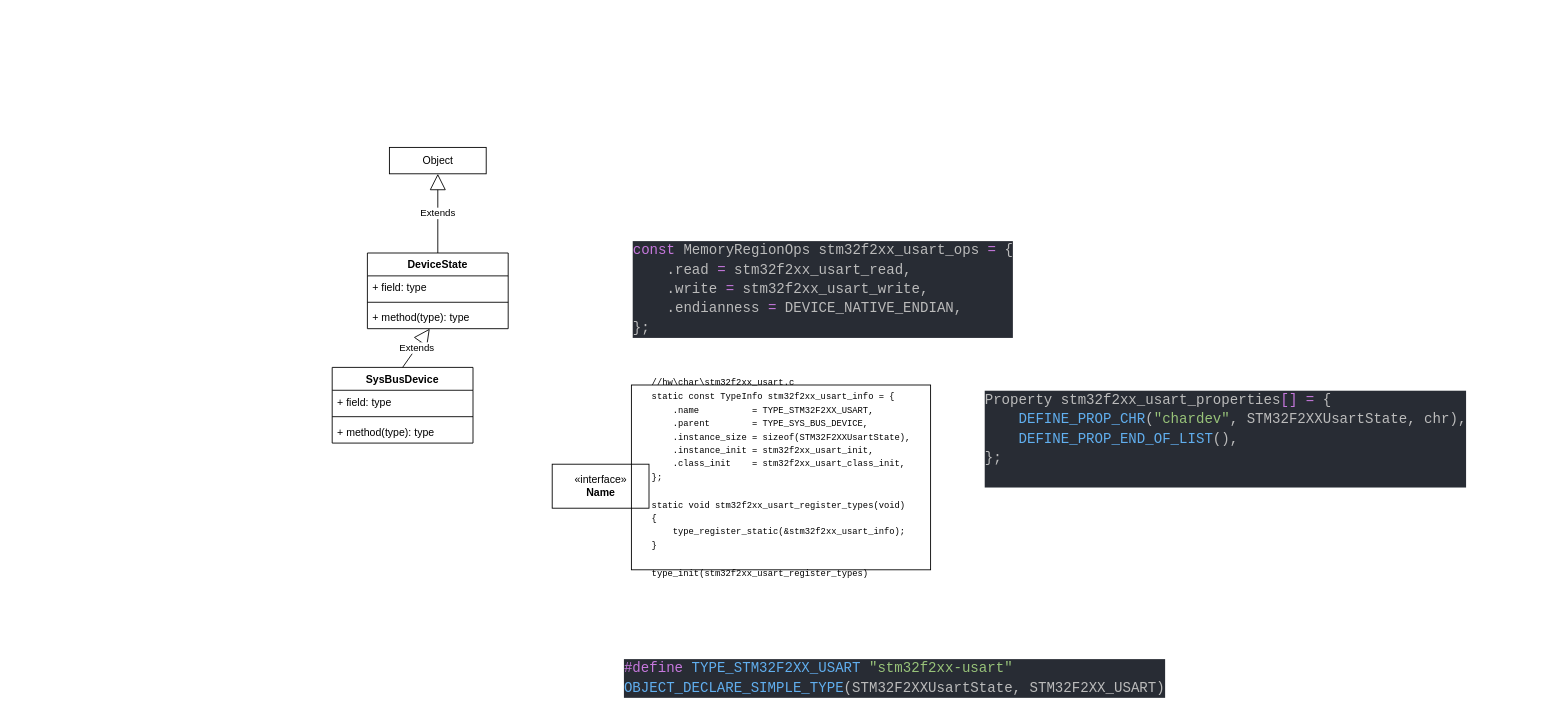
youtubezou/A-thinking-in-linux keeps this draw.io diagram as QOM-DEV-UART.drawio. Above is the earlier version. Source tidied: cells renumbered, new cells numbered last; positions are measured from the earlier drawing's top-left corner, leaving out a move shared by most shapes. Both pictures are drawn from the tidied source at 88%, with x=0, y=0 at pixel (332, 147).
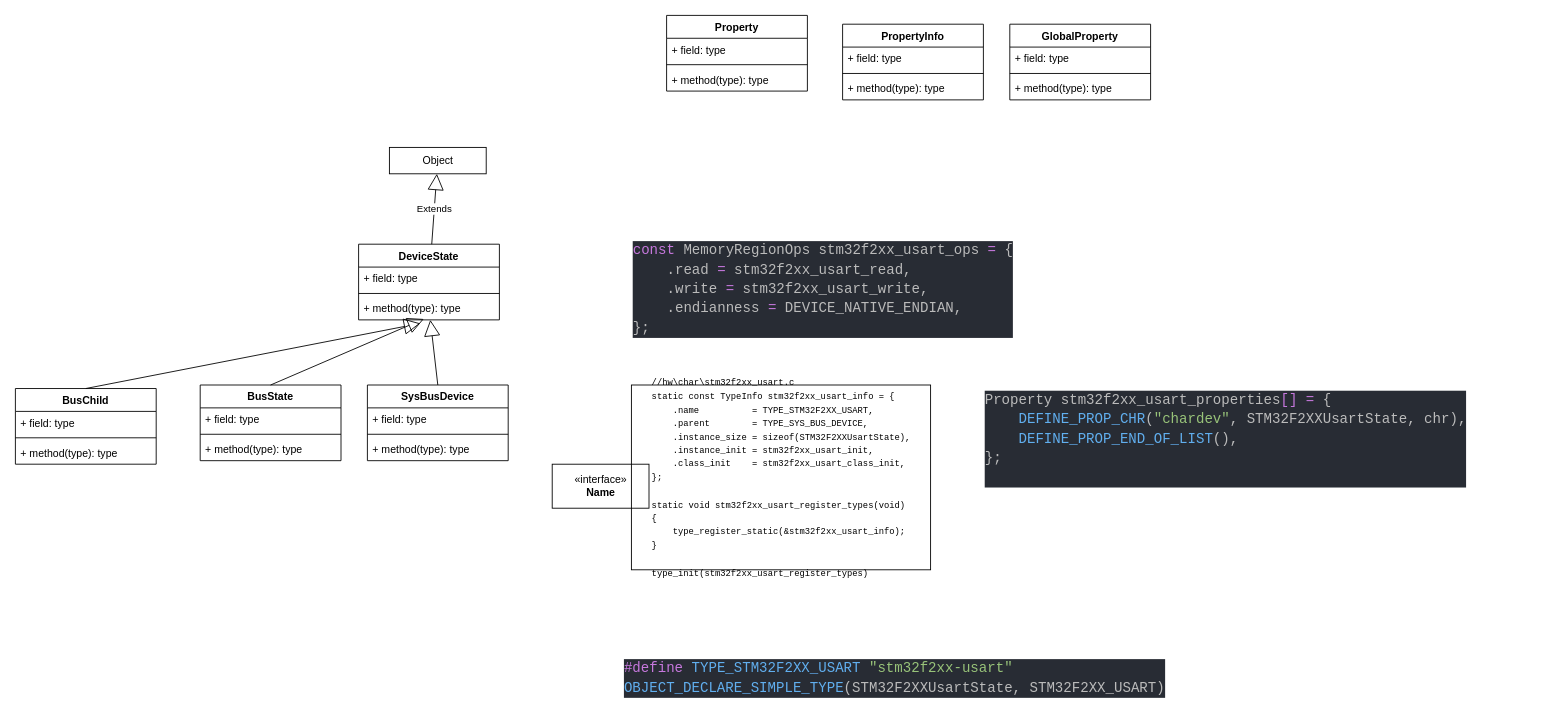
Above is the later version.

Unchanged cells that the change refers to:
```xml
<mxCell id="15" value="+ method(type): type" style="text;strokeColor=none;fillColor=none;align=left;verticalAlign=top;spacingLeft=4;spacingRight=4;overflow=hidden;points=[[0,0.5],[1,0.5]];portConstraint=eastwest;rounded=0;fontColor=#000000;" parent="12" vertex="1">
  <mxGeometry y="60" width="160" height="26" as="geometry" />
</mxCell>
```

What changed in the source:
```diff
@@
     <mxCell id="7" value="SysBusDevice" style="swimlane;fontStyle=1;align=center;verticalAlign=top;horizontal=1;startSize=26;rounded=0;fontColor=#000000;strokeColor=default;fillColor=none;gradientColor=#ffffff;" parent="1" vertex="1">
-      <mxGeometry y="250" width="160" height="86" as="geometry" />
+      <mxGeometry x="40" y="270" width="160" height="86" as="geometry" />
     </mxCell>
@@
     <mxCell id="12" value="DeviceState" style="swimlane;fontStyle=1;align=center;verticalAlign=top;horizontal=1;startSize=26;rounded=0;fontColor=#000000;strokeColor=default;fillColor=none;gradientColor=#ffffff;" parent="1" vertex="1">
-      <mxGeometry x="40" y="120" width="160" height="86" as="geometry" />
+      <mxGeometry x="30" y="110" width="160" height="86" as="geometry" />
     </mxCell>
@@
-    <mxCell id="16" value="Extends" style="endArrow=block;endSize=16;endFill=0;html=1;rounded=0;fontColor=#000000;exitX=0.5;exitY=0;exitDx=0;exitDy=0;" parent="1" edge="1" source="7" target="15">
+    <mxCell id="16" style="endArrow=block;endSize=16;endFill=0;html=1;rounded=0;fontColor=#000000;exitX=0.5;exitY=0;exitDx=0;exitDy=0;" parent="1" edge="1" source="7" target="15">
       <mxGeometry relative="1" as="geometry" />
     </mxCell>
@@
+    <mxCell id="19" value="Property" style="swimlane;fontStyle=1;align=center;verticalAlign=top;horizontal=1;startSize=26;rounded=0;fontColor=#000000;strokeColor=default;fillColor=none;gradientColor=#ffffff;" parent="1" vertex="1">
+      <mxGeometry x="380" y="-150" width="160" height="86" as="geometry" />
+    </mxCell>
+    <mxCell id="20" value="+ field: type" style="text;strokeColor=none;fillColor=none;align=left;verticalAlign=top;spacingLeft=4;spacingRight=4;overflow=hidden;rounded=0;fontColor=#000000;" parent="19" vertex="1">
+      <mxGeometry y="26" width="160" height="26" as="geometry" />
+    </mxCell>
+    <mxCell id="21" style="line;strokeWidth=1;fillColor=none;align=left;verticalAlign=middle;spacingTop=-1;spacingLeft=3;spacingRight=3;labelPosition=right;rounded=0;fontColor=#000000;" parent="19" vertex="1">
+      <mxGeometry y="52" width="160" height="8" as="geometry" />
+    </mxCell>
+    <mxCell id="22" value="+ method(type): type" style="text;strokeColor=none;fillColor=none;align=left;verticalAlign=top;spacingLeft=4;spacingRight=4;overflow=hidden;rounded=0;fontColor=#000000;" parent="19" vertex="1">
+      <mxGeometry y="60" width="160" height="26" as="geometry" />
+    </mxCell>
+    <mxCell id="23" value="PropertyInfo" style="swimlane;fontStyle=1;align=center;verticalAlign=top;horizontal=1;startSize=26;rounded=0;fontColor=#000000;strokeColor=default;fillColor=none;gradientColor=#ffffff;" parent="1" vertex="1">
+      <mxGeometry x="580" y="-140" width="160" height="86" as="geometry" />
+    </mxCell>
+    <mxCell id="24" value="+ field: type" style="text;strokeColor=none;fillColor=none;align=left;verticalAlign=top;spacingLeft=4;spacingRight=4;overflow=hidden;rounded=0;fontColor=#000000;" parent="23" vertex="1">
+      <mxGeometry y="26" width="160" height="26" as="geometry" />
+    </mxCell>
+    <mxCell id="25" style="line;strokeWidth=1;fillColor=none;align=left;verticalAlign=middle;spacingTop=-1;spacingLeft=3;spacingRight=3;labelPosition=right;rounded=0;fontColor=#000000;" parent="23" vertex="1">
+      <mxGeometry y="52" width="160" height="8" as="geometry" />
+    </mxCell>
+    <mxCell id="26" value="+ method(type): type" style="text;strokeColor=none;fillColor=none;align=left;verticalAlign=top;spacingLeft=4;spacingRight=4;overflow=hidden;rounded=0;fontColor=#000000;" parent="23" vertex="1">
+      <mxGeometry y="60" width="160" height="26" as="geometry" />
+    </mxCell>
+    <mxCell id="27" value="GlobalProperty" style="swimlane;fontStyle=1;align=center;verticalAlign=top;horizontal=1;startSize=26;rounded=0;fontColor=#000000;strokeColor=default;fillColor=none;gradientColor=#ffffff;" parent="1" vertex="1">
+      <mxGeometry x="770" y="-140" width="160" height="86" as="geometry" />
+    </mxCell>
+    <mxCell id="28" value="+ field: type" style="text;strokeColor=none;fillColor=none;align=left;verticalAlign=top;spacingLeft=4;spacingRight=4;overflow=hidden;rounded=0;fontColor=#000000;" parent="27" vertex="1">
+      <mxGeometry y="26" width="160" height="26" as="geometry" />
+    </mxCell>
+    <mxCell id="29" style="line;strokeWidth=1;fillColor=none;align=left;verticalAlign=middle;spacingTop=-1;spacingLeft=3;spacingRight=3;labelPosition=right;rounded=0;fontColor=#000000;" parent="27" vertex="1">
+      <mxGeometry y="52" width="160" height="8" as="geometry" />
+    </mxCell>
+    <mxCell id="30" value="+ method(type): type" style="text;strokeColor=none;fillColor=none;align=left;verticalAlign=top;spacingLeft=4;spacingRight=4;overflow=hidden;rounded=0;fontColor=#000000;" parent="27" vertex="1">
+      <mxGeometry y="60" width="160" height="26" as="geometry" />
+    </mxCell>
+    <mxCell id="31" value="BusState" style="swimlane;fontStyle=1;align=center;verticalAlign=top;horizontal=1;startSize=26;rounded=0;fontColor=#000000;strokeColor=default;fillColor=none;gradientColor=#ffffff;" parent="1" vertex="1">
+      <mxGeometry x="-150" y="270" width="160" height="86" as="geometry" />
+    </mxCell>
+    <mxCell id="32" value="+ field: type" style="text;strokeColor=none;fillColor=none;align=left;verticalAlign=top;spacingLeft=4;spacingRight=4;overflow=hidden;rounded=0;fontColor=#000000;" parent="31" vertex="1">
+      <mxGeometry y="26" width="160" height="26" as="geometry" />
+    </mxCell>
+    <mxCell id="33" style="line;strokeWidth=1;fillColor=none;align=left;verticalAlign=middle;spacingTop=-1;spacingLeft=3;spacingRight=3;labelPosition=right;rounded=0;fontColor=#000000;" parent="31" vertex="1">
+      <mxGeometry y="52" width="160" height="8" as="geometry" />
+    </mxCell>
+    <mxCell id="34" value="+ method(type): type" style="text;strokeColor=none;fillColor=none;align=left;verticalAlign=top;spacingLeft=4;spacingRight=4;overflow=hidden;rounded=0;fontColor=#000000;" parent="31" vertex="1">
+      <mxGeometry y="60" width="160" height="26" as="geometry" />
+    </mxCell>
+    <mxCell id="35" style="endArrow=block;endSize=16;endFill=0;html=1;rounded=0;fontColor=#000000;exitX=0.5;exitY=0;exitDx=0;exitDy=0;entryX=0.463;entryY=0.962;entryDx=0;entryDy=0;entryPerimeter=0;" parent="1" edge="1" source="31" target="15">
+      <mxGeometry relative="1" as="geometry" />
+    </mxCell>
+    <mxCell id="36" value="BusChild" style="swimlane;fontStyle=1;align=center;verticalAlign=top;horizontal=1;startSize=26;rounded=0;fontColor=#000000;strokeColor=default;fillColor=none;gradientColor=#ffffff;" parent="1" vertex="1">
+      <mxGeometry x="-360" y="274" width="160" height="86" as="geometry" />
+    </mxCell>
+    <mxCell id="37" value="+ field: type" style="text;strokeColor=none;fillColor=none;align=left;verticalAlign=top;spacingLeft=4;spacingRight=4;overflow=hidden;rounded=0;fontColor=#000000;" parent="36" vertex="1">
+      <mxGeometry y="26" width="160" height="26" as="geometry" />
+    </mxCell>
+    <mxCell id="38" style="line;strokeWidth=1;fillColor=none;align=left;verticalAlign=middle;spacingTop=-1;spacingLeft=3;spacingRight=3;labelPosition=right;rounded=0;fontColor=#000000;" parent="36" vertex="1">
+      <mxGeometry y="52" width="160" height="8" as="geometry" />
+    </mxCell>
+    <mxCell id="39" value="+ method(type): type" style="text;strokeColor=none;fillColor=none;align=left;verticalAlign=top;spacingLeft=4;spacingRight=4;overflow=hidden;rounded=0;fontColor=#000000;" parent="36" vertex="1">
+      <mxGeometry y="60" width="160" height="26" as="geometry" />
+    </mxCell>
+    <mxCell id="40" style="endArrow=block;endSize=16;endFill=0;html=1;rounded=0;fontColor=#000000;exitX=0.5;exitY=0;exitDx=0;exitDy=0;" parent="1" edge="1" source="36">
+      <mxGeometry relative="1" as="geometry">
+        <mxPoint x="100" y="200" as="targetPoint" />
+      </mxGeometry>
+    </mxCell>
```
